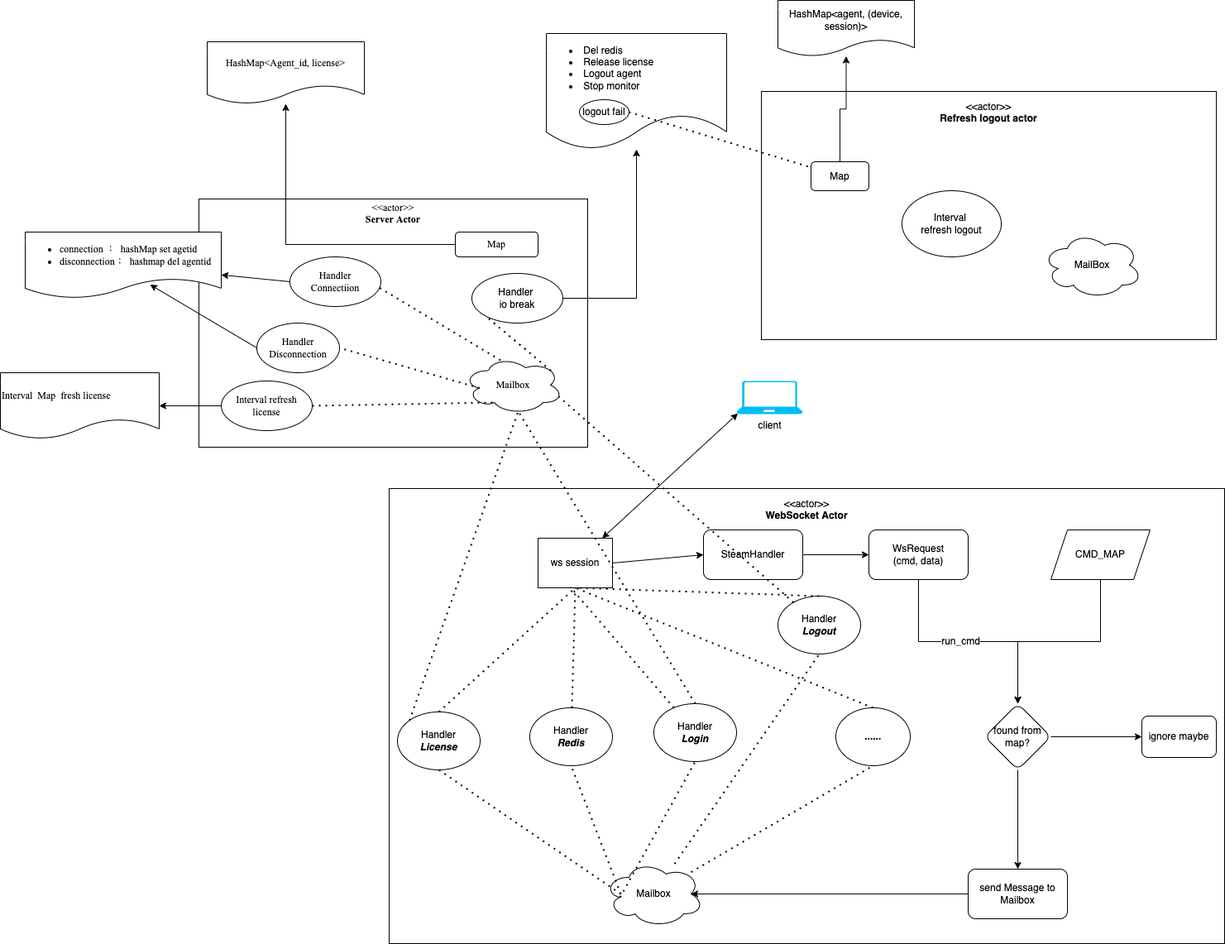
Earlier version of the draw.io export 22_6_9_plum_license.drawio.png (sunxingsong/app-digrams). Source tidied: cells renumbered, new cells last; positions are measured from the earlier drawing's top-left corner, leaving out a move shared by most shapes. Its diagram source:
```xml
<mxGraphModel>
  <root>
    <mxCell id="0" />
    <mxCell id="1" parent="0" />
    <mxCell id="2" value="&lt;p&gt;&amp;lt;&amp;lt;actor&amp;gt;&amp;gt;&lt;br&gt;&lt;b&gt;WebSocket Actor&lt;/b&gt;&lt;/p&gt;" style="shape=rect;html=1;overflow=fill;whiteSpace=wrap;align=center;" parent="1" vertex="1">
      <mxGeometry x="470" y="590" width="1010" height="550" as="geometry" />
    </mxCell>
    <mxCell id="3" style="endArrow=classic;startArrow=classic;html=1;rounded=0;exitX=0.02;exitY=0.98;exitDx=0;exitDy=0;exitPerimeter=0;" parent="1" edge="1" source="4" target="5">
      <mxGeometry relative="1" as="geometry" />
    </mxCell>
    <mxCell id="4" value="client" style="verticalLabelPosition=bottom;html=1;verticalAlign=top;align=center;strokeColor=none;fillColor=#00BEF2;shape=mxgraph.azure.laptop;" parent="1" vertex="1">
      <mxGeometry x="890" y="460" width="80" height="40" as="geometry" />
    </mxCell>
    <mxCell id="5" value="ws session" style="rounded=0;whiteSpace=wrap;html=1;" parent="1" vertex="1">
      <mxGeometry x="650" y="650" width="90" height="60" as="geometry" />
    </mxCell>
    <mxCell id="6" style="edgeStyle=orthogonalEdgeStyle;rounded=0;jettySize=auto;html=1;" parent="1" edge="1" source="7" target="11">
      <mxGeometry relative="1" as="geometry" />
    </mxCell>
    <mxCell id="7" value="SteamHandler" style="rounded=1;whiteSpace=wrap;html=1;" parent="1" vertex="1">
      <mxGeometry x="850" y="640" width="120" height="60" as="geometry" />
    </mxCell>
    <mxCell id="8" style="endArrow=classic;html=1;rounded=0;exitX=1;exitY=0.5;exitDx=0;exitDy=0;entryX=0;entryY=0.5;entryDx=0;entryDy=0;" parent="1" edge="1" source="5" target="7">
      <mxGeometry relative="1" as="geometry" />
    </mxCell>
    <mxCell id="9" style="edgeStyle=orthogonalEdgeStyle;rounded=0;jettySize=auto;html=1;exitX=0.5;exitY=1;exitDx=0;exitDy=0;" parent="1" edge="1" source="11" target="16">
      <mxGeometry relative="1" as="geometry" />
    </mxCell>
    <mxCell id="10" value="run_cmd" style="edgeLabel;html=1;align=center;verticalAlign=middle;" parent="9" vertex="1">
      <mxGeometry x="-0.07" y="1" relative="1" as="geometry" />
    </mxCell>
    <mxCell id="11" value="WsRequest&lt;br&gt;(cmd, data)" style="whiteSpace=wrap;html=1;rounded=1;" parent="1" vertex="1">
      <mxGeometry x="1050" y="640" width="120" height="60" as="geometry" />
    </mxCell>
    <mxCell id="12" style="edgeStyle=orthogonalEdgeStyle;rounded=0;jettySize=auto;html=1;entryX=0.5;entryY=0;entryDx=0;entryDy=0;" parent="1" edge="1" source="13" target="16">
      <mxGeometry relative="1" as="geometry" />
    </mxCell>
    <mxCell id="13" value="CMD_MAP" style="shape=parallelogram;perimeter=parallelogramPerimeter;whiteSpace=wrap;html=1;fixedSize=1;" parent="1" vertex="1">
      <mxGeometry x="1270" y="640" width="120" height="60" as="geometry" />
    </mxCell>
    <mxCell id="14" style="edgeStyle=orthogonalEdgeStyle;rounded=0;jettySize=auto;html=1;" parent="1" edge="1" source="16" target="17">
      <mxGeometry relative="1" as="geometry" />
    </mxCell>
    <mxCell id="15" style="edgeStyle=orthogonalEdgeStyle;rounded=0;jettySize=auto;html=1;" parent="1" edge="1" source="16" target="19">
      <mxGeometry relative="1" as="geometry" />
    </mxCell>
    <mxCell id="16" value="found from map?" style="rhombus;whiteSpace=wrap;html=1;rounded=1;" parent="1" vertex="1">
      <mxGeometry x="1190" y="850" width="80" height="80" as="geometry" />
    </mxCell>
    <mxCell id="17" value="ignore maybe" style="whiteSpace=wrap;html=1;rounded=1;" parent="1" vertex="1">
      <mxGeometry x="1380" y="865" width="90" height="50" as="geometry" />
    </mxCell>
    <mxCell id="18" style="edgeStyle=orthogonalEdgeStyle;rounded=0;jettySize=auto;html=1;entryX=0.875;entryY=0.5;entryDx=0;entryDy=0;entryPerimeter=0;" parent="1" edge="1" source="19" target="20">
      <mxGeometry relative="1" as="geometry" />
    </mxCell>
    <mxCell id="19" value="send Message to Mailbox" style="whiteSpace=wrap;html=1;rounded=1;" parent="1" vertex="1">
      <mxGeometry x="1170" y="1050" width="120" height="60" as="geometry" />
    </mxCell>
    <mxCell id="20" value="Mailbox" style="ellipse;shape=cloud;whiteSpace=wrap;html=1;" parent="1" vertex="1">
      <mxGeometry x="730" y="1040" width="120" height="80" as="geometry" />
    </mxCell>
    <mxCell id="21" value="&lt;font size=&quot;1&quot;&gt;Handler&lt;/font&gt;&lt;br style=&quot;font-size: 11px;&quot;&gt;&lt;b&gt;&lt;i&gt;Login&lt;/i&gt;&lt;/b&gt;" style="ellipse;whiteSpace=wrap;html=1;" parent="1" vertex="1">
      <mxGeometry x="790" y="850" width="100" height="70" as="geometry" />
    </mxCell>
    <mxCell id="22" style="edgeStyle=orthogonalEdgeStyle;rounded=0;orthogonalLoop=1;jettySize=auto;html=1;exitX=0.5;exitY=1;exitDx=0;exitDy=0;" parent="1" edge="1" source="21" target="21">
      <mxGeometry relative="1" as="geometry" />
    </mxCell>
    <mxCell id="23" value="Handler&lt;br&gt;&lt;b&gt;&lt;i&gt;Logout&lt;/i&gt;&lt;/b&gt;" style="ellipse;whiteSpace=wrap;html=1;" parent="1" vertex="1">
      <mxGeometry x="940" y="720" width="100" height="70" as="geometry" />
    </mxCell>
    <mxCell id="24" value="&lt;b&gt;&lt;i&gt;......&lt;/i&gt;&lt;/b&gt;" style="ellipse;whiteSpace=wrap;html=1;" parent="1" vertex="1">
      <mxGeometry x="1010" y="855" width="90" height="70" as="geometry" />
    </mxCell>
    <mxCell id="25" style="endArrow=none;dashed=1;html=1;dashPattern=1 3;strokeWidth=2;rounded=0;fontSize=11;entryX=0.5;entryY=1;entryDx=0;entryDy=0;exitX=0.5;exitY=0;exitDx=0;exitDy=0;" parent="1" edge="1" source="24" target="5">
      <mxGeometry relative="1" as="geometry" />
    </mxCell>
    <mxCell id="26" style="endArrow=none;dashed=1;html=1;dashPattern=1 3;strokeWidth=2;rounded=0;fontSize=11;entryX=0.5;entryY=1;entryDx=0;entryDy=0;exitX=0.16;exitY=0.55;exitDx=0;exitDy=0;exitPerimeter=0;" parent="1" edge="1" source="20" target="21">
      <mxGeometry relative="1" as="geometry" />
    </mxCell>
    <mxCell id="27" style="endArrow=none;dashed=1;html=1;dashPattern=1 3;strokeWidth=2;rounded=0;fontSize=11;entryX=0.5;entryY=1;entryDx=0;entryDy=0;" parent="1" edge="1" source="20" target="23">
      <mxGeometry relative="1" as="geometry" />
    </mxCell>
    <mxCell id="28" style="endArrow=none;dashed=1;html=1;dashPattern=1 3;strokeWidth=2;rounded=0;fontSize=11;entryX=0.5;entryY=1;entryDx=0;entryDy=0;" parent="1" edge="1" source="20" target="24">
      <mxGeometry relative="1" as="geometry" />
    </mxCell>
    <mxCell id="29" value="&lt;font size=&quot;1&quot;&gt;Handler&lt;br&gt;&lt;b&gt;&lt;i&gt;Redis&lt;/i&gt;&lt;/b&gt;&lt;br&gt;&lt;/font&gt;" style="ellipse;whiteSpace=wrap;html=1;" parent="1" vertex="1">
      <mxGeometry x="640" y="855" width="100" height="70" as="geometry" />
    </mxCell>
    <mxCell id="30" style="endArrow=none;dashed=1;html=1;dashPattern=1 3;strokeWidth=2;rounded=0;fontSize=11;entryX=0.5;entryY=1;entryDx=0;entryDy=0;exitX=0.5;exitY=0;exitDx=0;exitDy=0;" parent="1" edge="1" source="23" target="5">
      <mxGeometry relative="1" as="geometry" />
    </mxCell>
    <mxCell id="31" style="endArrow=none;dashed=1;html=1;dashPattern=1 3;strokeWidth=2;rounded=0;fontSize=11;entryX=0.433;entryY=0.983;entryDx=0;entryDy=0;entryPerimeter=0;" parent="1" edge="1" source="21" target="5">
      <mxGeometry relative="1" as="geometry" />
    </mxCell>
    <mxCell id="32" style="endArrow=none;dashed=1;html=1;dashPattern=1 3;strokeWidth=2;rounded=0;fontSize=11;entryX=0.5;entryY=1;entryDx=0;entryDy=0;" parent="1" edge="1" source="29" target="5">
      <mxGeometry relative="1" as="geometry" />
    </mxCell>
    <mxCell id="33" style="endArrow=none;dashed=1;html=1;dashPattern=1 3;strokeWidth=2;rounded=0;fontSize=11;entryX=0.5;entryY=1;entryDx=0;entryDy=0;" parent="1" edge="1" target="29">
      <mxGeometry relative="1" as="geometry">
        <mxPoint x="750" y="1080" as="sourcePoint" />
      </mxGeometry>
    </mxCell>
    <mxCell id="34" value="&lt;font size=&quot;1&quot;&gt;Handler&lt;br&gt;&lt;b&gt;&lt;i&gt;License&lt;/i&gt;&lt;/b&gt;&lt;br&gt;&lt;/font&gt;" style="ellipse;whiteSpace=wrap;html=1;" parent="1" vertex="1">
      <mxGeometry x="480" y="860" width="100" height="70" as="geometry" />
    </mxCell>
    <mxCell id="35" style="endArrow=none;dashed=1;html=1;dashPattern=1 3;strokeWidth=2;rounded=0;fontSize=11;entryX=0.5;entryY=1;entryDx=0;entryDy=0;exitX=0.5;exitY=0;exitDx=0;exitDy=0;" parent="1" edge="1" source="34" target="5">
      <mxGeometry relative="1" as="geometry" />
    </mxCell>
    <mxCell id="36" style="endArrow=none;dashed=1;html=1;dashPattern=1 3;strokeWidth=2;rounded=0;fontSize=11;entryX=0.5;entryY=1;entryDx=0;entryDy=0;" parent="1" edge="1" target="34">
      <mxGeometry relative="1" as="geometry">
        <mxPoint x="750" y="1080" as="sourcePoint" />
      </mxGeometry>
    </mxCell>
    <mxCell id="37" value="&lt;p style=&quot;margin:0px;margin-top:4px;text-align:center;&quot;&gt;&amp;lt;&amp;lt;actor&amp;gt;&amp;gt;&lt;br&gt;&lt;b&gt;Server Actor&lt;/b&gt;&lt;/p&gt;" style="shape=rect;html=1;overflow=fill;html=1;whiteSpace=wrap;align=center;fontFamily=Times New Roman;fontSize=11;" parent="1" vertex="1">
      <mxGeometry x="240" y="240" width="470" height="300" as="geometry" />
    </mxCell>
    <mxCell id="38" value="Mailbox" style="ellipse;shape=cloud;whiteSpace=wrap;html=1;fontFamily=Times New Roman;fontSize=11;" parent="1" vertex="1">
      <mxGeometry x="560" y="430" width="120" height="70" as="geometry" />
    </mxCell>
    <mxCell id="39" value="Handler&lt;br&gt;Connectiion" style="ellipse;whiteSpace=wrap;html=1;fontFamily=Times New Roman;fontSize=11;" parent="1" vertex="1">
      <mxGeometry x="350" y="310" width="110" height="60" as="geometry" />
    </mxCell>
    <mxCell id="40" style="endArrow=none;dashed=1;html=1;dashPattern=1 3;strokeWidth=2;rounded=0;fontFamily=Times New Roman;fontSize=11;entryX=0.55;entryY=0.95;entryDx=0;entryDy=0;entryPerimeter=0;exitX=0.5;exitY=0;exitDx=0;exitDy=0;" parent="1" edge="1" source="21" target="38">
      <mxGeometry relative="1" as="geometry" />
    </mxCell>
    <mxCell id="41" style="endArrow=none;dashed=1;html=1;dashPattern=1 3;strokeWidth=2;rounded=0;fontFamily=Times New Roman;fontSize=11;entryX=0.96;entryY=0.7;entryDx=0;entryDy=0;entryPerimeter=0;" parent="1" edge="1" source="23" target="38">
      <mxGeometry relative="1" as="geometry" />
    </mxCell>
    <mxCell id="42" value="Handler&lt;br&gt;Disconnection" style="ellipse;whiteSpace=wrap;html=1;fontFamily=Times New Roman;fontSize=11;" parent="1" vertex="1">
      <mxGeometry x="310" y="390" width="100" height="60" as="geometry" />
    </mxCell>
    <mxCell id="43" style="endArrow=none;dashed=1;html=1;dashPattern=1 3;strokeWidth=2;rounded=0;fontFamily=Times New Roman;fontSize=11;exitX=0.988;exitY=0.626;exitDx=0;exitDy=0;exitPerimeter=0;entryX=0.4;entryY=0.1;entryDx=0;entryDy=0;entryPerimeter=0;" parent="1" edge="1" source="39" target="38">
      <mxGeometry relative="1" as="geometry" />
    </mxCell>
    <mxCell id="44" style="endArrow=none;dashed=1;html=1;dashPattern=1 3;strokeWidth=2;rounded=0;fontFamily=Times New Roman;fontSize=11;entryX=1;entryY=0.5;entryDx=0;entryDy=0;exitX=0.16;exitY=0.55;exitDx=0;exitDy=0;exitPerimeter=0;" parent="1" edge="1" source="38" target="42">
      <mxGeometry relative="1" as="geometry" />
    </mxCell>
    <mxCell id="45" style="edgeStyle=orthogonalEdgeStyle;rounded=0;jettySize=auto;html=1;fontFamily=Times New Roman;fontSize=11;" parent="1" edge="1" source="46" target="52">
      <mxGeometry relative="1" as="geometry" />
    </mxCell>
    <mxCell id="46" value="Interval refresh license" style="ellipse;whiteSpace=wrap;html=1;fontFamily=Times New Roman;fontSize=11;" parent="1" vertex="1">
      <mxGeometry x="267" y="460" width="110" height="60" as="geometry" />
    </mxCell>
    <mxCell id="47" style="endArrow=none;dashed=1;html=1;dashPattern=1 3;strokeWidth=2;rounded=0;fontFamily=Times New Roman;fontSize=11;exitX=1;exitY=0.5;exitDx=0;exitDy=0;entryX=0.31;entryY=0.8;entryDx=0;entryDy=0;entryPerimeter=0;" parent="1" edge="1" source="46" target="38">
      <mxGeometry relative="1" as="geometry" />
    </mxCell>
    <mxCell id="48" style="endArrow=none;dashed=1;html=1;dashPattern=1 3;strokeWidth=2;rounded=0;fontFamily=Times New Roman;fontSize=11;entryX=0.55;entryY=0.95;entryDx=0;entryDy=0;entryPerimeter=0;exitX=0;exitY=0;exitDx=0;exitDy=0;" parent="1" edge="1" source="34" target="38">
      <mxGeometry relative="1" as="geometry" />
    </mxCell>
    <mxCell id="49" value="&lt;ul&gt;&lt;li&gt;connection&amp;nbsp; ： hashMap set agetid&lt;/li&gt;&lt;li&gt;disconnection ： hashmap del agentid&lt;/li&gt;&lt;/ul&gt;" style="shape=document;whiteSpace=wrap;html=1;boundedLbl=1;fontFamily=Times New Roman;fontSize=11;align=left;" parent="1" vertex="1">
      <mxGeometry x="30" y="280" width="237" height="80" as="geometry" />
    </mxCell>
    <mxCell id="50" style="endArrow=classic;html=1;rounded=0;fontFamily=Times New Roman;fontSize=11;exitX=0;exitY=0.5;exitDx=0;exitDy=0;entryX=0.637;entryY=0.795;entryDx=0;entryDy=0;entryPerimeter=0;" parent="1" edge="1" source="42" target="49">
      <mxGeometry relative="1" as="geometry" />
    </mxCell>
    <mxCell id="51" style="endArrow=classic;html=1;rounded=0;fontFamily=Times New Roman;fontSize=11;exitX=0;exitY=0.5;exitDx=0;exitDy=0;" parent="1" edge="1" source="39" target="49">
      <mxGeometry relative="1" as="geometry" />
    </mxCell>
    <mxCell id="52" value="&lt;div style=&quot;&quot;&gt;Interval&amp;nbsp; Map&amp;nbsp; fresh license&lt;/div&gt;" style="shape=document;whiteSpace=wrap;html=1;boundedLbl=1;fontSize=11;fontFamily=Times New Roman;align=left;" parent="1" vertex="1">
      <mxGeometry y="450" width="192" height="80" as="geometry" />
    </mxCell>
    <mxCell id="53" style="edgeStyle=orthogonalEdgeStyle;rounded=0;jettySize=auto;html=1;" parent="1" edge="1" source="54" target="55">
      <mxGeometry relative="1" as="geometry" />
    </mxCell>
    <mxCell id="54" value="Map" style="rounded=1;whiteSpace=wrap;html=1;fontFamily=Times New Roman;fontSize=11;" parent="1" vertex="1">
      <mxGeometry x="550" y="280" width="100" height="30" as="geometry" />
    </mxCell>
    <mxCell id="55" value="HashMap&amp;lt;Agent_id, license&amp;gt;" style="shape=document;whiteSpace=wrap;html=1;boundedLbl=1;fontSize=11;fontFamily=Times New Roman;rounded=1;" parent="1" vertex="1">
      <mxGeometry x="250" y="50" width="190" height="75" as="geometry" />
    </mxCell>
    <mxCell id="56" style="edgeStyle=orthogonalEdgeStyle;rounded=0;jettySize=auto;html=1;exitX=1;exitY=0.5;exitDx=0;exitDy=0;" parent="1" edge="1" source="57" target="58">
      <mxGeometry relative="1" as="geometry" />
    </mxCell>
    <mxCell id="57" value="Handler&amp;nbsp;&lt;br&gt;io break" style="ellipse;whiteSpace=wrap;html=1;" parent="1" vertex="1">
      <mxGeometry x="570" y="330" width="110" height="60" as="geometry" />
    </mxCell>
    <mxCell id="58" value="&lt;ul&gt;&lt;li&gt;&amp;nbsp;Del redis&lt;/li&gt;&lt;li&gt;&amp;nbsp;Release license&lt;/li&gt;&lt;li&gt;&amp;nbsp;Logout agent&lt;/li&gt;&lt;li&gt;&amp;nbsp;Stop monitor&lt;/li&gt;&lt;/ul&gt;&lt;div&gt;&lt;br&gt;&lt;/div&gt;" style="shape=document;whiteSpace=wrap;html=1;boundedLbl=1;align=left;" parent="1" vertex="1">
      <mxGeometry x="660" y="40" width="218" height="140" as="geometry" />
    </mxCell>
    <mxCell id="59" style="endArrow=none;dashed=1;html=1;dashPattern=1 3;strokeWidth=2;rounded=0;fontFamily=Times New Roman;fontSize=11;entryX=0;entryY=1;entryDx=0;entryDy=0;exitX=0.88;exitY=0.25;exitDx=0;exitDy=0;exitPerimeter=0;" parent="1" edge="1" source="38" target="57">
      <mxGeometry relative="1" as="geometry" />
    </mxCell>
    <mxCell id="60" value="&lt;p&gt;&amp;lt;&amp;lt;actor&amp;gt;&amp;gt;&lt;br&gt;&lt;b&gt;Refresh logout actor&lt;/b&gt;&lt;/p&gt;" style="shape=rect;html=1;overflow=fill;whiteSpace=wrap;align=center;" parent="1" vertex="1">
      <mxGeometry x="920" y="110" width="550" height="300" as="geometry" />
    </mxCell>
    <mxCell id="61" style="edgeStyle=orthogonalEdgeStyle;rounded=0;jettySize=auto;html=1;" parent="1" edge="1" source="62" target="63">
      <mxGeometry relative="1" as="geometry" />
    </mxCell>
    <mxCell id="62" value="Map" style="rounded=1;whiteSpace=wrap;html=1;" parent="1" vertex="1">
      <mxGeometry x="980" y="195" width="70" height="35" as="geometry" />
    </mxCell>
    <mxCell id="63" value="HashMap&amp;lt;agent, (device, session)&amp;gt;" style="shape=document;whiteSpace=wrap;html=1;boundedLbl=1;rounded=1;" parent="1" vertex="1">
      <mxGeometry x="940" width="165" height="67.5" as="geometry" />
    </mxCell>
    <mxCell id="64" value="Interval &lt;br&gt;refresh logout" style="ellipse;whiteSpace=wrap;html=1;" parent="1" vertex="1">
      <mxGeometry x="1090" y="230" width="120" height="80" as="geometry" />
    </mxCell>
    <mxCell id="65" value="logout fail" style="ellipse;whiteSpace=wrap;html=1;" parent="1" vertex="1">
      <mxGeometry x="700" y="120" width="60" height="30" as="geometry" />
    </mxCell>
    <mxCell id="66" style="endArrow=none;dashed=1;html=1;dashPattern=1 3;strokeWidth=2;rounded=0;fontFamily=Times New Roman;fontSize=11;exitX=1;exitY=0.5;exitDx=0;exitDy=0;" parent="1" edge="1" source="65" target="62">
      <mxGeometry relative="1" as="geometry" />
    </mxCell>
    <mxCell id="67" value="MailBox" style="ellipse;shape=cloud;whiteSpace=wrap;html=1;" parent="1" vertex="1">
      <mxGeometry x="1260" y="280" width="120" height="80" as="geometry" />
    </mxCell>
  </root>
</mxGraphModel>
```
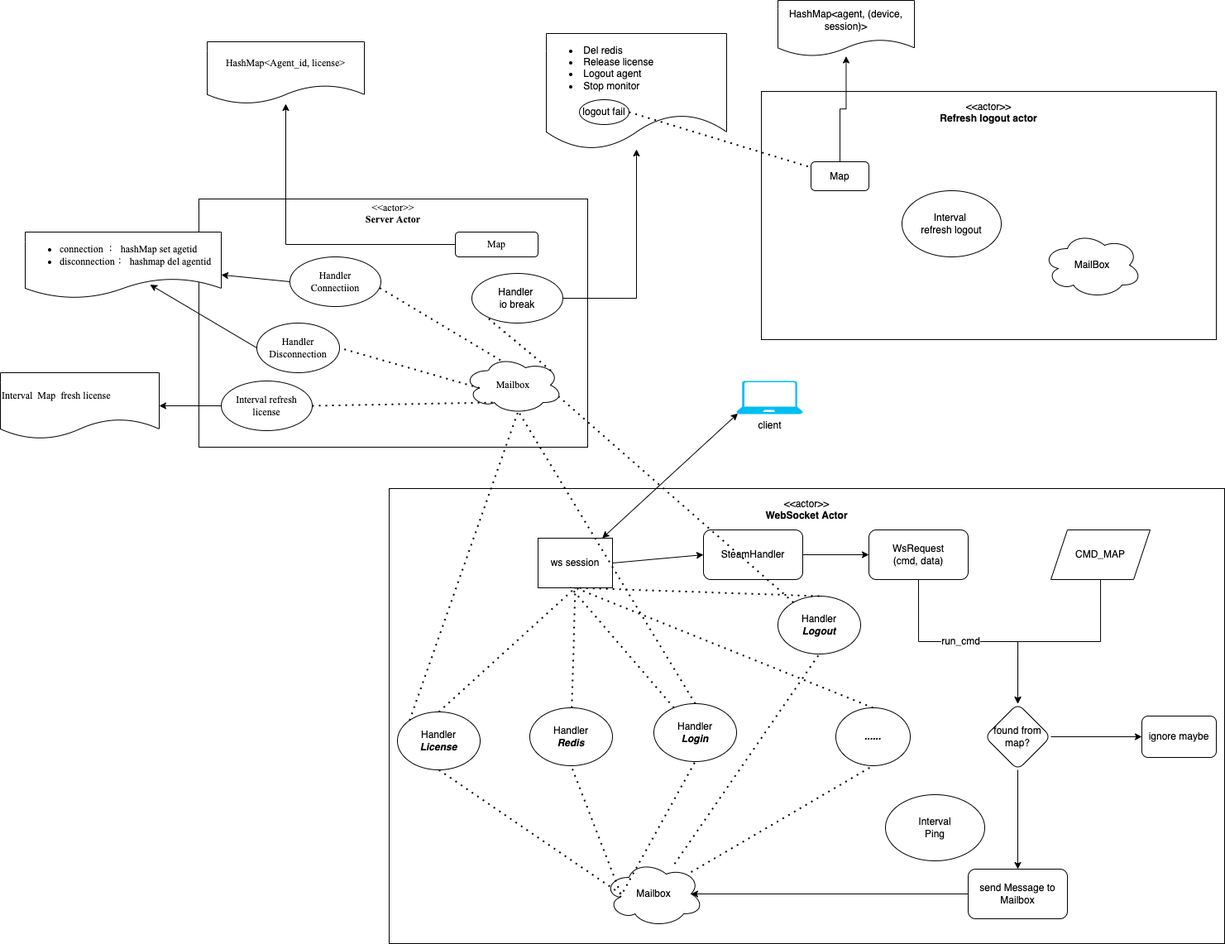
The same diagram one commit later.

What changed in the source:
```diff
@@ -204,5 +204,8 @@
     <mxCell id="67" value="MailBox" style="ellipse;shape=cloud;whiteSpace=wrap;html=1;" parent="1" vertex="1">
       <mxGeometry x="1260" y="280" width="120" height="80" as="geometry" />
     </mxCell>
+    <mxCell id="68" value="Interval&lt;br&gt;Ping" style="ellipse;whiteSpace=wrap;html=1;" parent="1" vertex="1">
+      <mxGeometry x="1070" y="960" width="120" height="80" as="geometry" />
+    </mxCell>
   </root>
 </mxGraphModel>
```
